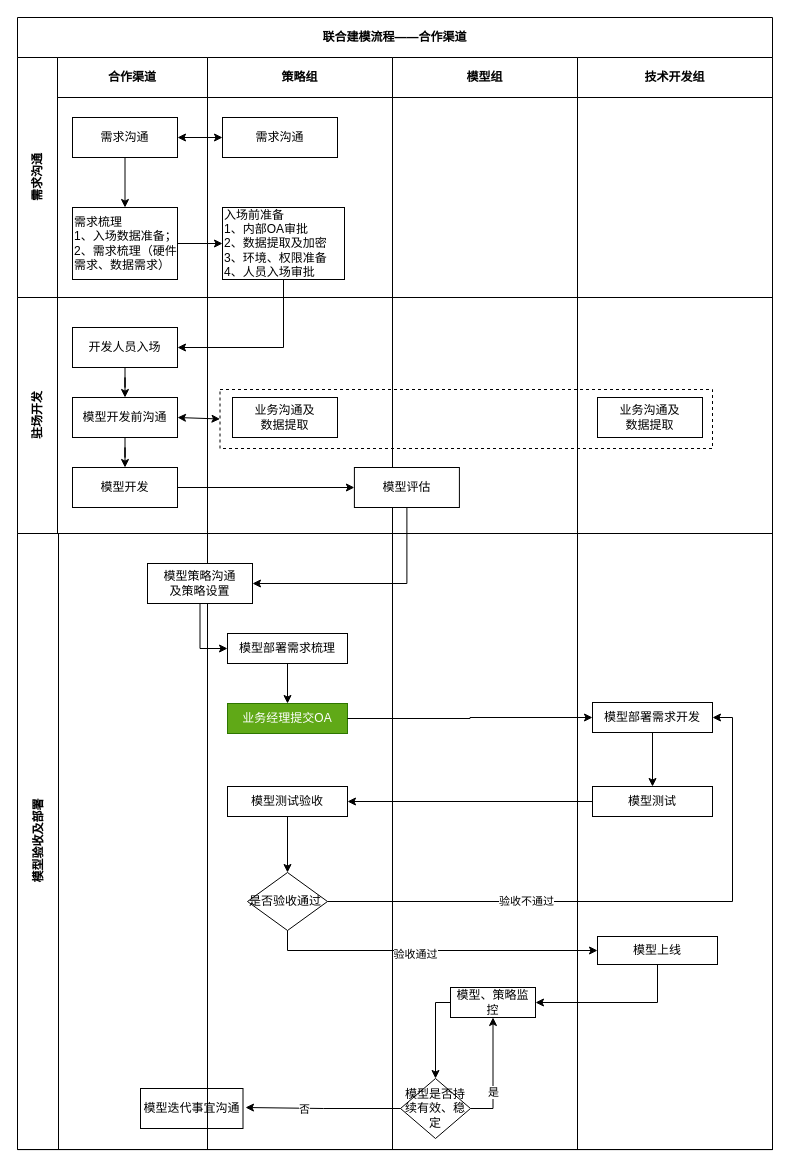
Earlier version of the draw.io diagram page "合作渠道" (1 of 2) of 建模流程.drawio (rayboom/books). Source tidied: cells renumbered, new cells numbered last; positions are measured from the earlier drawing's top-left corner, leaving out a move shared by most shapes. Both pictures are drawn from the tidied source at 100%, with x=0, y=0 at pixel (17, 17).
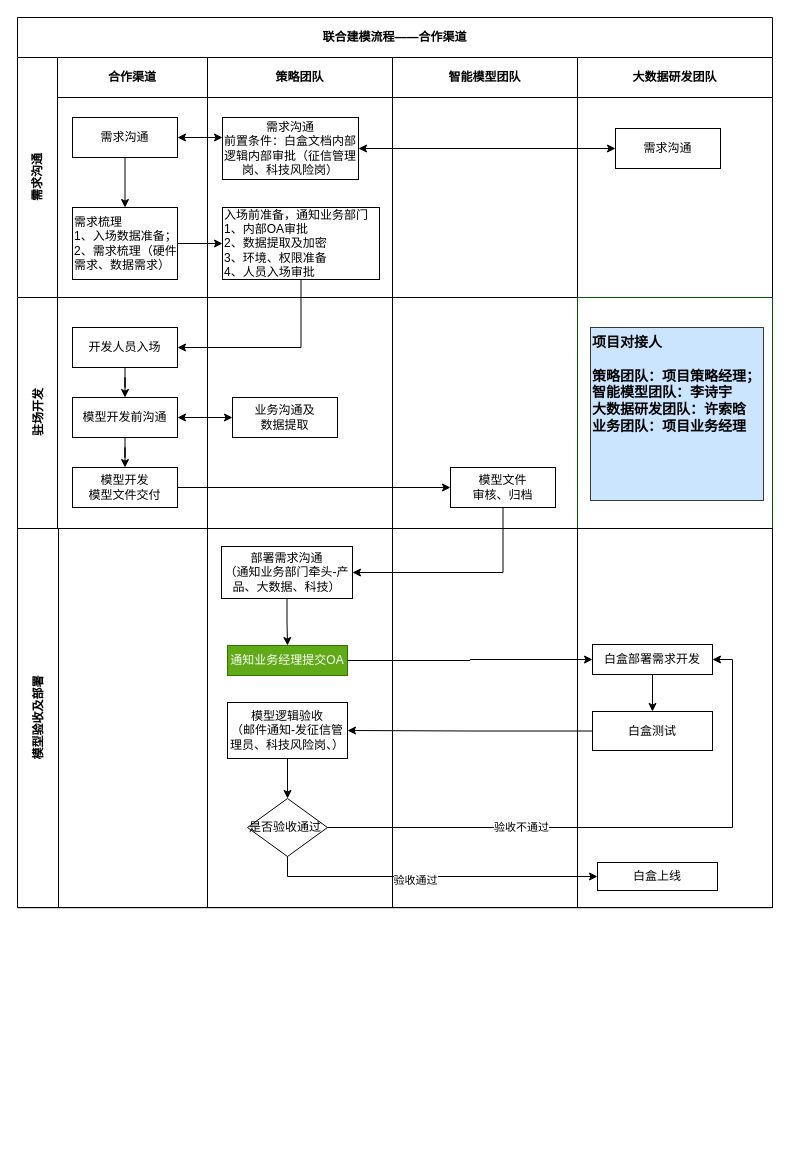
After the change.

The change refers to these unchanged cells:
```xml
<mxCell id="3" value="需求沟通" style="swimlane;horizontal=0;startSize=40;html=1;whiteSpace=wrap;fontStyle=1;" parent="2" vertex="1">
  <mxGeometry y="40" width="755" height="240" as="geometry" />
</mxCell>
<mxCell id="25" value="业务沟通及&lt;br&gt;数据提取" style="rounded=0;whiteSpace=wrap;html=1;" parent="23" vertex="1">
  <mxGeometry x="25" y="100" width="105" height="40" as="geometry" />
</mxCell>
```

What changed in the source:
```diff
@@
     <mxCell id="2" value="联合建模流程——合作渠道" style="shape=table;childLayout=tableLayout;rowLines=0;columnLines=0;startSize=40;html=1;whiteSpace=wrap;fontStyle=1;align=center;" parent="1" vertex="1">
-      <mxGeometry width="755" height="1132.1" as="geometry" />
+      <mxGeometry width="755" height="890.2" as="geometry" />
     </mxCell>
@@
-    <mxCell id="8" value="策略组" style="swimlane;startSize=40;html=1;whiteSpace=wrap;" parent="3" vertex="1">
+    <mxCell id="8" value="策略团队" style="swimlane;startSize=40;html=1;whiteSpace=wrap;" parent="3" vertex="1">
       <mxGeometry x="190" width="185" height="240" as="geometry" />
     </mxCell>
-    <mxCell id="9" value="需求沟通" style="whiteSpace=wrap;html=1;rounded=0;" parent="8" vertex="1">
-      <mxGeometry x="15" y="60" width="115" height="40" as="geometry" />
+    <mxCell id="9" value="需求沟通&lt;br&gt;前置条件：白盒文档内部逻辑内部审批（征信管理岗、科技风险岗）" style="whiteSpace=wrap;html=1;rounded=0;" parent="8" vertex="1">
+      <mxGeometry x="15" y="60" width="136" height="62" as="geometry" />
     </mxCell>
@@
-    <mxCell id="11" value="&lt;span&gt;入场前准备&lt;/span&gt;&lt;br&gt;&lt;span&gt;1、内部OA审批&lt;/span&gt;&lt;br&gt;&lt;span&gt;2、数据提取及加密&lt;/span&gt;&lt;br&gt;&lt;span&gt;3、环境、权限准备&lt;/span&gt;&lt;br&gt;&lt;span&gt;4、人员入场审批&lt;/span&gt;" style="whiteSpace=wrap;html=1;rounded=0;align=left;" parent="8" vertex="1">
-      <mxGeometry x="15" y="150" width="122" height="72" as="geometry" />
+    <mxCell id="11" value="&lt;span&gt;入场前准备，通知业务部门&lt;/span&gt;&lt;br&gt;&lt;span&gt;1、内部OA审批&lt;/span&gt;&lt;br&gt;&lt;span&gt;2、数据提取及加密&lt;/span&gt;&lt;br&gt;&lt;span&gt;3、环境、权限准备&lt;/span&gt;&lt;br&gt;&lt;span&gt;4、人员入场审批&lt;/span&gt;" style="whiteSpace=wrap;html=1;rounded=0;align=left;" parent="8" vertex="1">
+      <mxGeometry x="15" y="150" width="157" height="72" as="geometry" />
     </mxCell>
-    <mxCell id="12" value="模型组" style="swimlane;startSize=40;html=1;whiteSpace=wrap;" parent="3" vertex="1">
+    <mxCell id="12" value="智能模型团队" style="swimlane;startSize=40;html=1;whiteSpace=wrap;" parent="3" vertex="1">
       <mxGeometry x="375" width="185" height="240" as="geometry" />
     </mxCell>
-    <mxCell id="13" value="技术开发组" style="swimlane;startSize=40;html=1;whiteSpace=wrap;" parent="3" vertex="1">
+    <mxCell id="13" value="大数据研发团队" style="swimlane;startSize=40;html=1;whiteSpace=wrap;" parent="3" vertex="1">
       <mxGeometry x="560" width="195" height="240" as="geometry" />
     </mxCell>
+    <mxCell id="65" value="需求沟通" style="rounded=0;whiteSpace=wrap;html=1;" parent="13" vertex="1">
+      <mxGeometry x="38" y="71" width="105" height="40" as="geometry" />
+    </mxCell>
@@
+    <mxCell id="66" style="endArrow=classic;startArrow=classic;html=1;entryX=1;entryY=0.5;entryDx=0;entryDy=0;exitX=0;exitY=0.5;exitDx=0;exitDy=0;" parent="3" edge="1" source="65" target="9">
+      <mxGeometry relative="1" as="geometry" />
+    </mxCell>
     <mxCell id="15" value="驻场开发" style="swimlane;horizontal=0;startSize=40;html=1;whiteSpace=wrap;" parent="2" vertex="1">
-      <mxGeometry y="280" width="755" height="236" as="geometry" />
+      <mxGeometry y="280" width="755" height="231" as="geometry" />
     </mxCell>
     <mxCell id="16" style="swimlane;startSize=0;html=1;whiteSpace=wrap;" parent="15" vertex="1">
-      <mxGeometry x="40" width="150" height="236" as="geometry" />
+      <mxGeometry x="40" width="150" height="231" as="geometry" />
     </mxCell>
@@
-    <mxCell id="20" value="模型开发" style="rounded=0;whiteSpace=wrap;html=1;" parent="16" vertex="1">
+    <mxCell id="20" value="模型开发&lt;br&gt;模型文件交付" style="rounded=0;whiteSpace=wrap;html=1;" parent="16" vertex="1">
       <mxGeometry x="15" y="170" width="105" height="40" as="geometry" />
     </mxCell>
@@
-    <mxCell id="22" style="endArrow=classic;startArrow=classic;html=1;entryX=0;entryY=0.5;entryDx=0;entryDy=0;" parent="16" edge="1" target="24">
+    <mxCell id="22" style="endArrow=classic;startArrow=classic;html=1;entryX=0;entryY=0.5;entryDx=0;entryDy=0;" parent="16" edge="1" target="25">
       <mxGeometry relative="1" as="geometry">
         <mxPoint x="120" y="120" as="sourcePoint" />
       </mxGeometry>
     </mxCell>
     <mxCell id="23" style="swimlane;startSize=0;html=1;whiteSpace=wrap;" parent="15" vertex="1">
-      <mxGeometry x="190" width="185" height="236" as="geometry" />
+      <mxGeometry x="190" width="185" height="231" as="geometry" />
     </mxCell>
-    <mxCell id="24" style="rounded=0;whiteSpace=wrap;html=1;dashed=1;" parent="23" vertex="1">
-      <mxGeometry x="12.5" y="92" width="492.5" height="59" as="geometry" />
-    </mxCell>
@@
     <mxCell id="26" style="swimlane;startSize=0;html=1;whiteSpace=wrap;" parent="15" vertex="1">
-      <mxGeometry x="375" width="185" height="236" as="geometry" />
+      <mxGeometry x="375" width="185" height="231" as="geometry" />
     </mxCell>
-    <mxCell id="27" value="模型评估" style="rounded=0;whiteSpace=wrap;html=1;" parent="26" vertex="1">
-      <mxGeometry x="-38.1" y="170" width="105" height="40" as="geometry" />
-    </mxCell>
+    <mxCell id="67" value="模型文件&lt;br&gt;审核、归档" style="rounded=0;whiteSpace=wrap;html=1;" parent="26" vertex="1">
+      <mxGeometry x="58" y="170" width="105" height="40" as="geometry" />
+    </mxCell>
-    <mxCell id="28" style="swimlane;startSize=0;html=1;whiteSpace=wrap;" parent="15" vertex="1">
-      <mxGeometry x="560" width="195" height="236" as="geometry" />
+    <mxCell id="28" style="swimlane;startSize=0;html=1;whiteSpace=wrap;align=left;fillColor=#008a00;strokeColor=#005700;fontColor=#ffffff;" parent="15" vertex="1">
+      <mxGeometry x="560" width="195" height="231" as="geometry" />
     </mxCell>
-    <mxCell id="29" value="业务沟通及&lt;br&gt;数据提取" style="rounded=0;whiteSpace=wrap;html=1;" parent="28" vertex="1">
-      <mxGeometry x="20" y="100" width="105" height="40" as="geometry" />
-    </mxCell>
-    <mxCell id="30" style="edgeStyle=orthogonalEdgeStyle;rounded=0;jettySize=auto;html=1;" parent="15" edge="1" source="20" target="27">
-      <mxGeometry relative="1" as="geometry" />
-    </mxCell>
+    <mxCell id="68" value="项目对接人&lt;br&gt;&lt;br&gt;策略团队：项目策略经理；&lt;br style=&quot;font-size: 14px&quot;&gt;智能模型团队：李诗宇&lt;br style=&quot;font-size: 14px&quot;&gt;大数据研发团队：许索晗&lt;br style=&quot;font-size: 14px&quot;&gt;业务团队：项目业务经理" style="whiteSpace=wrap;html=1;align=left;verticalAlign=top;fontSize=14;fillColor=#cce5ff;strokeColor=#36393d;fontStyle=1;fontFamily=Helvetica;" parent="28" vertex="1">
+      <mxGeometry x="13" y="30" width="173" height="173" as="geometry" />
+    </mxCell>
+    <mxCell id="69" style="edgeStyle=orthogonalEdgeStyle;rounded=0;jettySize=auto;html=1;" parent="15" edge="1" source="20" target="67">
+      <mxGeometry relative="1" as="geometry" />
+    </mxCell>
     <mxCell id="31" value="模型验收及部署" style="swimlane;horizontal=0;startSize=41;html=1;whiteSpace=wrap;" parent="2" vertex="1">
-      <mxGeometry y="516" width="755" height="616" as="geometry" />
+      <mxGeometry y="511" width="755" height="379" as="geometry" />
     </mxCell>
     <mxCell id="32" style="swimlane;startSize=0;html=1;whiteSpace=wrap;" parent="31" vertex="1">
-      <mxGeometry x="41" width="149" height="616" as="geometry" />
+      <mxGeometry x="41" width="149" height="379" as="geometry" />
     </mxCell>
-    <mxCell id="33" value="模型迭代事宜沟通" style="whiteSpace=wrap;html=1;" parent="32" vertex="1">
-      <mxGeometry x="82" y="555" width="102.5" height="40" as="geometry" />
-    </mxCell>
     <mxCell id="34" style="swimlane;startSize=0;html=1;whiteSpace=wrap;" parent="31" vertex="1">
-      <mxGeometry x="190" width="185" height="616" as="geometry" />
+      <mxGeometry x="190" width="185" height="379" as="geometry" />
     </mxCell>
-    <mxCell id="35" style="edgeStyle=orthogonalEdgeStyle;rounded=0;jettySize=auto;html=1;entryX=0;entryY=0.5;entryDx=0;entryDy=0;" parent="34" edge="1" source="36" target="37">
-      <mxGeometry relative="1" as="geometry" />
-    </mxCell>
-    <mxCell id="36" value="模型策略沟通&lt;br&gt;及策略设置" style="rounded=0;whiteSpace=wrap;html=1;" parent="34" vertex="1">
-      <mxGeometry x="-60" y="30" width="105" height="40" as="geometry" />
-    </mxCell>
-    <mxCell id="37" value="模型部署需求梳理" style="whiteSpace=wrap;html=1;rounded=0;" parent="34" vertex="1">
-      <mxGeometry x="20" y="100" width="120" height="30" as="geometry" />
-    </mxCell>
-    <mxCell id="38" value="业务经理提交OA" style="whiteSpace=wrap;html=1;rounded=0;fillColor=#60a917;strokeColor=#2D7600;fontColor=#ffffff;" parent="34" vertex="1">
-      <mxGeometry x="20" y="170" width="120" height="30" as="geometry" />
+    <mxCell id="38" value="通知业务经理提交OA" style="whiteSpace=wrap;html=1;rounded=0;fillColor=#60a917;strokeColor=#2D7600;fontColor=#ffffff;" parent="34" vertex="1">
+      <mxGeometry x="20" y="117" width="120" height="30" as="geometry" />
     </mxCell>
-    <mxCell id="39" style="edgeStyle=orthogonalEdgeStyle;rounded=0;jettySize=auto;html=1;" parent="34" edge="1" source="37" target="38">
-      <mxGeometry relative="1" as="geometry" />
-    </mxCell>
-    <mxCell id="40" value="模型测试验收" style="whiteSpace=wrap;html=1;rounded=0;" parent="34" vertex="1">
-      <mxGeometry x="20" y="253" width="120" height="30" as="geometry" />
+    <mxCell id="40" value="模型逻辑验收&lt;br&gt;（邮件通知-发征信管理员、科技风险岗、）" style="whiteSpace=wrap;html=1;rounded=0;" parent="34" vertex="1">
+      <mxGeometry x="20" y="174" width="120" height="56" as="geometry" />
     </mxCell>
     <mxCell id="41" value="是否验收通过" style="rhombus;whiteSpace=wrap;html=1;align=left;" parent="34" vertex="1">
-      <mxGeometry x="40" y="339" width="80" height="58" as="geometry" />
+      <mxGeometry x="40" y="270" width="80" height="58" as="geometry" />
     </mxCell>
@@
+    <mxCell id="70" style="edgeStyle=orthogonalEdgeStyle;rounded=0;jettySize=auto;html=1;" parent="34" edge="1" source="71" target="38">
+      <mxGeometry relative="1" as="geometry" />
+    </mxCell>
+    <mxCell id="71" value="部署需求沟通&lt;br&gt;（通知业务部门牵头-产品、大数据、科技）" style="rounded=0;whiteSpace=wrap;html=1;" parent="34" vertex="1">
+      <mxGeometry x="14" y="18" width="131" height="52" as="geometry" />
+    </mxCell>
     <mxCell id="43" style="swimlane;startSize=0;html=1;whiteSpace=wrap;" parent="31" vertex="1">
-      <mxGeometry x="375" width="185" height="616" as="geometry" />
+      <mxGeometry x="375" width="185" height="379" as="geometry" />
     </mxCell>
-    <mxCell id="44" style="edgeStyle=orthogonalEdgeStyle;rounded=0;jettySize=auto;html=1;entryX=0.5;entryY=0;entryDx=0;entryDy=0;exitX=0;exitY=0.5;exitDx=0;exitDy=0;" parent="43" edge="1" source="45" target="46">
-      <mxGeometry relative="1" as="geometry">
-        <Array as="points">
-          <mxPoint x="43" y="469" />
-        </Array>
-      </mxGeometry>
-    </mxCell>
-    <mxCell id="45" value="模型、策略监控" style="whiteSpace=wrap;html=1;rounded=0;" parent="43" vertex="1">
-      <mxGeometry x="58" y="454" width="85" height="30" as="geometry" />
-    </mxCell>
-    <mxCell id="46" value="模型是否持续有效、稳定" style="rhombus;whiteSpace=wrap;html=1;" parent="43" vertex="1">
-      <mxGeometry x="8" y="545" width="70" height="60" as="geometry" />
-    </mxCell>
-    <mxCell id="47" style="edgeStyle=orthogonalEdgeStyle;rounded=0;jettySize=auto;html=1;entryX=0.5;entryY=1;entryDx=0;entryDy=0;exitX=1;exitY=0.5;exitDx=0;exitDy=0;" parent="43" edge="1" source="46" target="45">
-      <mxGeometry relative="1" as="geometry" />
-    </mxCell>
-    <mxCell id="48" value="是" style="edgeLabel;html=1;align=center;verticalAlign=middle;" parent="47" vertex="1">
-      <mxGeometry x="-0.31" relative="1" as="geometry" />
-    </mxCell>
     <mxCell id="49" style="swimlane;startSize=0;html=1;whiteSpace=wrap;" parent="31" vertex="1">
-      <mxGeometry x="560" width="195" height="616" as="geometry" />
+      <mxGeometry x="560" width="195" height="379" as="geometry" />
     </mxCell>
-    <mxCell id="50" value="模型部署需求开发" style="whiteSpace=wrap;html=1;rounded=0;" parent="49" vertex="1">
-      <mxGeometry x="15" y="169" width="120" height="30" as="geometry" />
+    <mxCell id="50" value="白盒部署需求开发" style="whiteSpace=wrap;html=1;rounded=0;" parent="49" vertex="1">
+      <mxGeometry x="15" y="116" width="120" height="30" as="geometry" />
     </mxCell>
-    <mxCell id="51" value="模型测试" style="whiteSpace=wrap;html=1;rounded=0;" parent="49" vertex="1">
-      <mxGeometry x="15" y="253" width="120" height="30" as="geometry" />
+    <mxCell id="51" value="白盒测试&lt;br&gt;" style="whiteSpace=wrap;html=1;rounded=0;" parent="49" vertex="1">
+      <mxGeometry x="15" y="183" width="120" height="39" as="geometry" />
     </mxCell>
@@
-    <mxCell id="53" value="模型上线" style="whiteSpace=wrap;html=1;rounded=0;" parent="49" vertex="1">
-      <mxGeometry x="20" y="403" width="120" height="28" as="geometry" />
+    <mxCell id="53" value="白盒上线" style="whiteSpace=wrap;html=1;rounded=0;" parent="49" vertex="1">
+      <mxGeometry x="20" y="334" width="120" height="28" as="geometry" />
     </mxCell>
@@
-    <mxCell id="56" style="edgeStyle=orthogonalEdgeStyle;rounded=0;jettySize=auto;html=1;" parent="31" edge="1" source="46">
-      <mxGeometry relative="1" as="geometry">
-        <mxPoint x="228" y="574" as="targetPoint" />
-      </mxGeometry>
-    </mxCell>
-    <mxCell id="57" value="否" style="edgeLabel;html=1;align=center;verticalAlign=middle;" parent="56" vertex="1">
-      <mxGeometry x="0.25" y="1" relative="1" as="geometry" />
-    </mxCell>
@@
-    <mxCell id="62" style="edgeStyle=orthogonalEdgeStyle;rounded=0;jettySize=auto;html=1;entryX=1;entryY=0.5;entryDx=0;entryDy=0;exitX=0.5;exitY=1;exitDx=0;exitDy=0;" parent="31" edge="1" source="53" target="45">
-      <mxGeometry relative="1" as="geometry" />
-    </mxCell>
-    <mxCell id="63" style="edgeStyle=orthogonalEdgeStyle;rounded=0;jettySize=auto;html=1;exitX=0.5;exitY=1;exitDx=0;exitDy=0;entryX=1;entryY=0.5;entryDx=0;entryDy=0;" parent="2" edge="1" source="27" target="36">
-      <mxGeometry relative="1" as="geometry" />
-    </mxCell>
@@
+    <mxCell id="30" style="edgeStyle=orthogonalEdgeStyle;rounded=0;jettySize=auto;html=1;exitX=0.5;exitY=1;exitDx=0;exitDy=0;entryX=1;entryY=0.5;entryDx=0;entryDy=0;" parent="2" edge="1" source="67" target="71">
+      <mxGeometry relative="1" as="geometry" />
+    </mxCell>
```
